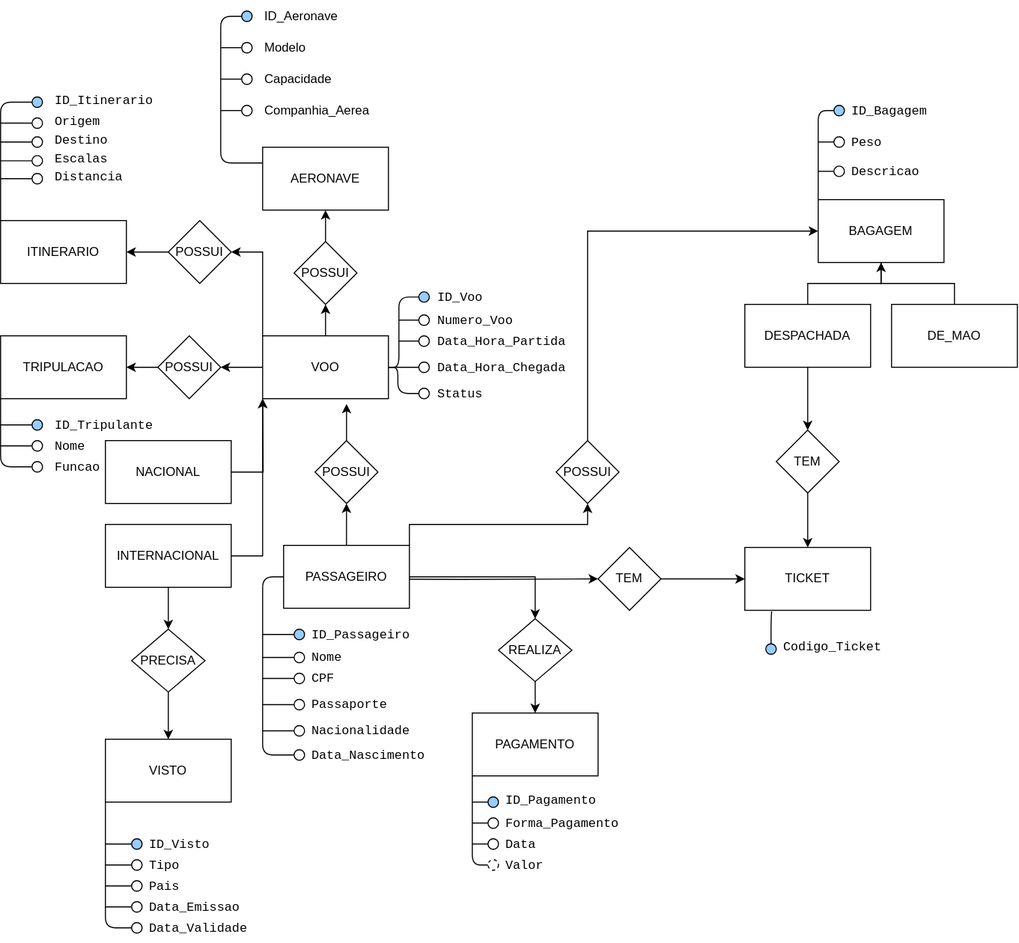
Above: modelo_conceitual.drawio.svg in fiuzer/skywave_2024 (draw.io), before the change. Source tidied: cells renumbered, new cells last; positions are measured from the earlier drawing's top-left corner, leaving out a move shared by most shapes.
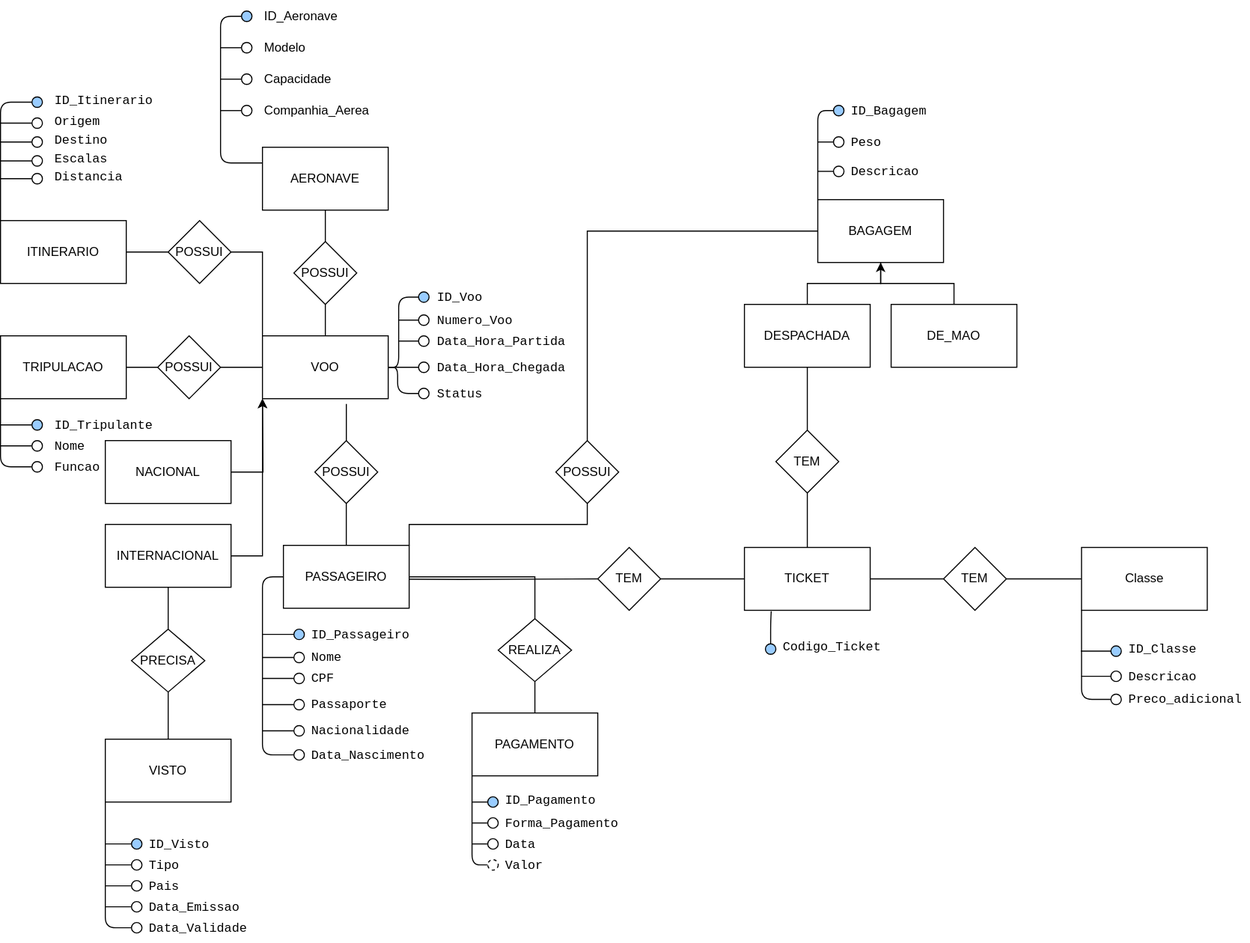
After the change.

The edit, as a diff of the source:
```diff
@@ -5,35 +5,38 @@
     <mxCell id="2" value="AERONAVE" style="rounded=0;whiteSpace=wrap;html=1;" parent="1" vertex="1">
       <mxGeometry x="250" y="140" width="120" height="60" as="geometry" />
     </mxCell>
-    <mxCell id="3" style="edgeStyle=orthogonalEdgeStyle;rounded=0;jettySize=auto;html=1;" parent="1" edge="1" source="6" target="30">
+    <mxCell id="3" style="edgeStyle=orthogonalEdgeStyle;rounded=0;jettySize=auto;html=1;endArrow=none;endFill=0;" parent="1" edge="1" source="6" target="30">
       <mxGeometry relative="1" as="geometry" />
     </mxCell>
-    <mxCell id="4" style="edgeStyle=orthogonalEdgeStyle;rounded=0;jettySize=auto;html=1;entryX=1;entryY=0.5;entryDx=0;entryDy=0;" parent="1" edge="1" source="6" target="32">
+    <mxCell id="4" style="edgeStyle=orthogonalEdgeStyle;rounded=0;jettySize=auto;html=1;entryX=1;entryY=0.5;entryDx=0;entryDy=0;endArrow=none;endFill=0;" parent="1" edge="1" source="6" target="32">
       <mxGeometry relative="1" as="geometry" />
     </mxCell>
-    <mxCell id="5" style="edgeStyle=orthogonalEdgeStyle;rounded=0;jettySize=auto;html=1;exitX=0;exitY=0;exitDx=0;exitDy=0;entryX=1;entryY=0.5;entryDx=0;entryDy=0;" parent="1" edge="1" source="6" target="35">
+    <mxCell id="5" style="edgeStyle=orthogonalEdgeStyle;rounded=0;jettySize=auto;html=1;exitX=0;exitY=0;exitDx=0;exitDy=0;entryX=1;entryY=0.5;entryDx=0;entryDy=0;endArrow=none;endFill=0;" parent="1" edge="1" source="6" target="35">
       <mxGeometry relative="1" as="geometry" />
     </mxCell>
     <mxCell id="6" value="VOO" style="rounded=0;whiteSpace=wrap;html=1;" parent="1" vertex="1">
       <mxGeometry x="250" y="320" width="120" height="60" as="geometry" />
     </mxCell>
-    <mxCell id="7" style="edgeStyle=orthogonalEdgeStyle;rounded=0;jettySize=auto;html=1;entryX=0;entryY=0.5;entryDx=0;entryDy=0;" parent="1" edge="1" target="23">
+    <mxCell id="7" style="edgeStyle=orthogonalEdgeStyle;rounded=0;jettySize=auto;html=1;entryX=0;entryY=0.5;entryDx=0;entryDy=0;endArrow=none;endFill=0;" parent="1" edge="1" target="23">
       <mxGeometry relative="1" as="geometry">
         <mxPoint x="310" y="552" as="sourcePoint" />
       </mxGeometry>
     </mxCell>
-    <mxCell id="8" style="edgeStyle=orthogonalEdgeStyle;rounded=0;jettySize=auto;html=1;entryX=0.5;entryY=0;entryDx=0;entryDy=0;" parent="1" edge="1" source="11" target="26">
+    <mxCell id="8" style="edgeStyle=orthogonalEdgeStyle;rounded=0;jettySize=auto;html=1;entryX=0.5;entryY=0;entryDx=0;entryDy=0;endArrow=none;endFill=0;" parent="1" edge="1" source="11" target="26">
       <mxGeometry relative="1" as="geometry" />
     </mxCell>
-    <mxCell id="9" style="edgeStyle=orthogonalEdgeStyle;rounded=0;jettySize=auto;html=1;entryX=0.5;entryY=1;entryDx=0;entryDy=0;" parent="1" edge="1" source="11" target="28">
+    <mxCell id="9" style="edgeStyle=orthogonalEdgeStyle;rounded=0;jettySize=auto;html=1;entryX=0.5;entryY=1;entryDx=0;entryDy=0;endArrow=none;endFill=0;" parent="1" edge="1" source="11" target="28">
       <mxGeometry relative="1" as="geometry" />
     </mxCell>
-    <mxCell id="10" style="edgeStyle=orthogonalEdgeStyle;rounded=0;jettySize=auto;html=1;exitX=1;exitY=0;exitDx=0;exitDy=0;" parent="1" edge="1" source="11" target="45">
+    <mxCell id="10" style="edgeStyle=orthogonalEdgeStyle;rounded=0;jettySize=auto;html=1;exitX=1;exitY=0;exitDx=0;exitDy=0;endArrow=none;endFill=0;" parent="1" edge="1" source="11" target="45">
       <mxGeometry relative="1" as="geometry" />
     </mxCell>
     <mxCell id="11" value="PASSAGEIRO" style="rounded=0;whiteSpace=wrap;html=1;" parent="1" vertex="1">
       <mxGeometry x="270" y="520" width="120" height="60" as="geometry" />
     </mxCell>
+    <mxCell id="155" style="edgeStyle=orthogonalEdgeStyle;rounded=0;jettySize=auto;html=1;entryX=0;entryY=0.5;entryDx=0;entryDy=0;endArrow=none;endFill=0;" parent="1" edge="1" source="12" target="167">
+      <mxGeometry relative="1" as="geometry" />
+    </mxCell>
     <mxCell id="12" value="TICKET" style="rounded=0;whiteSpace=wrap;html=1;" parent="1" vertex="1">
       <mxGeometry x="710" y="522" width="120" height="60" as="geometry" />
     </mxCell>
@@ -49,7 +52,7 @@
     <mxCell id="16" value="TRIPULACAO" style="rounded=0;whiteSpace=wrap;html=1;" parent="1" vertex="1">
       <mxGeometry y="320" width="120" height="60" as="geometry" />
     </mxCell>
-    <mxCell id="17" style="edgeStyle=orthogonalEdgeStyle;rounded=0;jettySize=auto;html=1;entryX=0.5;entryY=0;entryDx=0;entryDy=0;" parent="1" edge="1" source="18" target="21">
+    <mxCell id="17" style="edgeStyle=orthogonalEdgeStyle;rounded=0;jettySize=auto;html=1;entryX=0.5;entryY=0;entryDx=0;entryDy=0;endArrow=none;endFill=0;" parent="1" edge="1" source="18" target="21">
       <mxGeometry relative="1" as="geometry" />
     </mxCell>
     <mxCell id="18" value="DESPACHADA" style="rounded=0;whiteSpace=wrap;html=1;" parent="1" vertex="1">
@@ -58,13 +61,13 @@
     <mxCell id="19" value="DE_MAO" style="rounded=0;whiteSpace=wrap;html=1;" parent="1" vertex="1">
       <mxGeometry x="850" y="290" width="120" height="60" as="geometry" />
     </mxCell>
-    <mxCell id="20" style="edgeStyle=orthogonalEdgeStyle;rounded=0;jettySize=auto;html=1;entryX=0.5;entryY=0;entryDx=0;entryDy=0;" parent="1" edge="1" source="21" target="12">
+    <mxCell id="20" style="edgeStyle=orthogonalEdgeStyle;rounded=0;jettySize=auto;html=1;entryX=0.5;entryY=0;entryDx=0;entryDy=0;endArrow=none;endFill=0;" parent="1" edge="1" source="21" target="12">
       <mxGeometry relative="1" as="geometry" />
     </mxCell>
     <mxCell id="21" value="TEM" style="rhombus;whiteSpace=wrap;html=1;" parent="1" vertex="1">
       <mxGeometry x="740" y="410" width="60" height="60" as="geometry" />
     </mxCell>
-    <mxCell id="22" style="edgeStyle=orthogonalEdgeStyle;rounded=0;jettySize=auto;html=1;" parent="1" edge="1" source="23" target="12">
+    <mxCell id="22" style="edgeStyle=orthogonalEdgeStyle;rounded=0;jettySize=auto;html=1;endArrow=none;endFill=0;" parent="1" edge="1" source="23" target="12">
       <mxGeometry relative="1" as="geometry" />
     </mxCell>
     <mxCell id="23" value="TEM" style="rhombus;whiteSpace=wrap;html=1;" parent="1" vertex="1">
@@ -73,25 +76,25 @@
     <mxCell id="24" value="PAGAMENTO" style="rounded=0;whiteSpace=wrap;html=1;" parent="1" vertex="1">
       <mxGeometry x="450" y="680" width="120" height="60" as="geometry" />
     </mxCell>
-    <mxCell id="25" style="edgeStyle=orthogonalEdgeStyle;rounded=0;jettySize=auto;html=1;entryX=0.5;entryY=0;entryDx=0;entryDy=0;" parent="1" edge="1" source="26" target="24">
+    <mxCell id="25" style="edgeStyle=orthogonalEdgeStyle;rounded=0;jettySize=auto;html=1;entryX=0.5;entryY=0;entryDx=0;entryDy=0;endArrow=none;endFill=0;" parent="1" edge="1" source="26" target="24">
       <mxGeometry relative="1" as="geometry" />
     </mxCell>
     <mxCell id="26" value="REALIZA" style="rhombus;whiteSpace=wrap;html=1;" parent="1" vertex="1">
       <mxGeometry x="475" y="590" width="70" height="60" as="geometry" />
     </mxCell>
-    <mxCell id="27" style="edgeStyle=orthogonalEdgeStyle;rounded=0;jettySize=auto;html=1;entryX=0.667;entryY=1.083;entryDx=0;entryDy=0;entryPerimeter=0;" parent="1" edge="1" source="28" target="6">
+    <mxCell id="27" style="edgeStyle=orthogonalEdgeStyle;rounded=0;jettySize=auto;html=1;entryX=0.667;entryY=1.083;entryDx=0;entryDy=0;entryPerimeter=0;endArrow=none;endFill=0;" parent="1" edge="1" source="28" target="6">
       <mxGeometry relative="1" as="geometry" />
     </mxCell>
     <mxCell id="28" value="POSSUI" style="rhombus;whiteSpace=wrap;html=1;" parent="1" vertex="1">
       <mxGeometry x="300" y="420" width="60" height="60" as="geometry" />
     </mxCell>
-    <mxCell id="29" style="edgeStyle=orthogonalEdgeStyle;rounded=0;jettySize=auto;html=1;" parent="1" edge="1" source="30" target="2">
+    <mxCell id="29" style="edgeStyle=orthogonalEdgeStyle;rounded=0;jettySize=auto;html=1;endArrow=none;endFill=0;" parent="1" edge="1" source="30" target="2">
       <mxGeometry relative="1" as="geometry" />
     </mxCell>
     <mxCell id="30" value="POSSUI" style="rhombus;whiteSpace=wrap;html=1;" parent="1" vertex="1">
       <mxGeometry x="280" y="230" width="60" height="60" as="geometry" />
     </mxCell>
-    <mxCell id="31" style="edgeStyle=orthogonalEdgeStyle;rounded=0;jettySize=auto;html=1;entryX=1;entryY=0.5;entryDx=0;entryDy=0;" parent="1" edge="1" source="32" target="16">
+    <mxCell id="31" style="edgeStyle=orthogonalEdgeStyle;rounded=0;jettySize=auto;html=1;entryX=1;entryY=0.5;entryDx=0;entryDy=0;endArrow=none;endFill=0;" parent="1" edge="1" source="32" target="16">
       <mxGeometry relative="1" as="geometry" />
     </mxCell>
     <mxCell id="32" value="POSSUI" style="rhombus;whiteSpace=wrap;html=1;" parent="1" vertex="1">
@@ -100,7 +103,7 @@
     <mxCell id="33" value="ITINERARIO" style="rounded=0;whiteSpace=wrap;html=1;" parent="1" vertex="1">
       <mxGeometry y="210" width="120" height="60" as="geometry" />
     </mxCell>
-    <mxCell id="34" style="edgeStyle=orthogonalEdgeStyle;rounded=0;jettySize=auto;html=1;entryX=1;entryY=0.5;entryDx=0;entryDy=0;" parent="1" edge="1" source="35" target="33">
+    <mxCell id="34" style="edgeStyle=orthogonalEdgeStyle;rounded=0;jettySize=auto;html=1;entryX=1;entryY=0.5;entryDx=0;entryDy=0;endArrow=none;endFill=0;" parent="1" edge="1" source="35" target="33">
       <mxGeometry relative="1" as="geometry" />
     </mxCell>
     <mxCell id="35" value="POSSUI" style="rhombus;whiteSpace=wrap;html=1;" parent="1" vertex="1">
@@ -109,7 +112,7 @@
     <mxCell id="36" style="edgeStyle=orthogonalEdgeStyle;rounded=0;jettySize=auto;html=1;entryX=0;entryY=1;entryDx=0;entryDy=0;" parent="1" edge="1" source="38" target="6">
       <mxGeometry relative="1" as="geometry" />
     </mxCell>
-    <mxCell id="37" style="edgeStyle=orthogonalEdgeStyle;rounded=0;jettySize=auto;html=1;entryX=0.5;entryY=0;entryDx=0;entryDy=0;" parent="1" edge="1" source="38" target="42">
+    <mxCell id="37" style="edgeStyle=orthogonalEdgeStyle;rounded=0;jettySize=auto;html=1;entryX=0.5;entryY=0;entryDx=0;entryDy=0;endArrow=none;endFill=0;" parent="1" edge="1" source="38" target="42">
       <mxGeometry relative="1" as="geometry" />
     </mxCell>
     <mxCell id="38" value="INTERNACIONAL" style="rounded=0;whiteSpace=wrap;html=1;" parent="1" vertex="1">
@@ -123,7 +126,7 @@
     <mxCell id="40" value="NACIONAL" style="rounded=0;whiteSpace=wrap;html=1;" parent="1" vertex="1">
       <mxGeometry x="100" y="420" width="120" height="60" as="geometry" />
     </mxCell>
-    <mxCell id="41" style="edgeStyle=orthogonalEdgeStyle;rounded=0;jettySize=auto;html=1;exitX=0.5;exitY=1;exitDx=0;exitDy=0;" parent="1" edge="1" source="42" target="43">
+    <mxCell id="41" style="edgeStyle=orthogonalEdgeStyle;rounded=0;jettySize=auto;html=1;exitX=0.5;exitY=1;exitDx=0;exitDy=0;endArrow=none;endFill=0;" parent="1" edge="1" source="42" target="43">
       <mxGeometry relative="1" as="geometry" />
     </mxCell>
     <mxCell id="42" value="PRECISA" style="rhombus;whiteSpace=wrap;html=1;" parent="1" vertex="1">
@@ -132,7 +135,7 @@
     <mxCell id="43" value="VISTO" style="rounded=0;whiteSpace=wrap;html=1;" parent="1" vertex="1">
       <mxGeometry x="100" y="705" width="120" height="60" as="geometry" />
     </mxCell>
-    <mxCell id="44" style="edgeStyle=orthogonalEdgeStyle;rounded=0;jettySize=auto;html=1;entryX=0;entryY=0.5;entryDx=0;entryDy=0;exitX=0.5;exitY=0;exitDx=0;exitDy=0;" parent="1" edge="1" source="45" target="15">
+    <mxCell id="44" style="edgeStyle=orthogonalEdgeStyle;rounded=0;jettySize=auto;html=1;entryX=0;entryY=0.5;entryDx=0;entryDy=0;exitX=0.5;exitY=0;exitDx=0;exitDy=0;endArrow=none;endFill=0;" parent="1" edge="1" source="45" target="15">
       <mxGeometry relative="1" as="geometry" />
     </mxCell>
     <mxCell id="45" value="POSSUI" style="rhombus;whiteSpace=wrap;html=1;" parent="1" vertex="1">
@@ -586,5 +589,49 @@
     <mxCell id="154" style="ellipse;whiteSpace=wrap;html=1;" parent="1" vertex="1">
       <mxGeometry x="30" y="165" width="10" height="10" as="geometry" />
     </mxCell>
+    <mxCell id="156" style="edgeStyle=orthogonalEdgeStyle;rounded=0;jettySize=auto;html=1;entryX=1;entryY=0.5;entryDx=0;entryDy=0;endArrow=none;endFill=0;" parent="1" edge="1" source="157" target="167">
+      <mxGeometry relative="1" as="geometry" />
+    </mxCell>
+    <mxCell id="157" value="Classe" style="rounded=0;whiteSpace=wrap;html=1;" parent="1" vertex="1">
+      <mxGeometry x="1031.7" y="522" width="120" height="60" as="geometry" />
+    </mxCell>
+    <mxCell id="158" value="&lt;font face=&quot;monospace&quot;&gt;&lt;span style=&quot;text-wrap-mode: wrap;&quot;&gt;ID_Classe&lt;/span&gt;&lt;/font&gt;" style="text;html=1;align=left;verticalAlign=middle;strokeColor=none;fillColor=none;" parent="1" vertex="1">
+      <mxGeometry x="1074.7" y="606" width="77" height="26" as="geometry" />
+    </mxCell>
+    <mxCell id="159" style="edgeStyle=orthogonalEdgeStyle;rounded=1;jettySize=auto;html=1;curved=0;endArrow=none;endFill=0;" parent="1" edge="1" source="160">
+      <mxGeometry relative="1" as="geometry">
+        <mxPoint x="1031" y="621" as="targetPoint" />
+      </mxGeometry>
+    </mxCell>
+    <mxCell id="160" style="ellipse;whiteSpace=wrap;html=1;fillColor=#99CCFF;shadow=0;" parent="1" vertex="1">
+      <mxGeometry x="1059.7" y="616" width="10" height="10" as="geometry" />
+    </mxCell>
+    <mxCell id="161" value="&lt;font face=&quot;monospace&quot;&gt;&lt;span style=&quot;text-wrap-mode: wrap;&quot;&gt;Descricao&lt;/span&gt;&lt;/font&gt;" style="text;html=1;align=left;verticalAlign=middle;strokeColor=none;fillColor=none;" parent="1" vertex="1">
+      <mxGeometry x="1074.7" y="632" width="77" height="26" as="geometry" />
+    </mxCell>
+    <mxCell id="162" value="&lt;font face=&quot;monospace&quot;&gt;&lt;span style=&quot;text-wrap-mode: wrap;&quot;&gt;Preco_adicional&lt;/span&gt;&lt;/font&gt;" style="text;html=1;align=left;verticalAlign=middle;strokeColor=none;fillColor=none;" parent="1" vertex="1">
+      <mxGeometry x="1074.7" y="654" width="117" height="26" as="geometry" />
+    </mxCell>
+    <mxCell id="163" style="edgeStyle=orthogonalEdgeStyle;rounded=1;jettySize=auto;html=1;curved=0;endArrow=none;endFill=0;" parent="1" edge="1" source="164">
+      <mxGeometry relative="1" as="geometry">
+        <mxPoint x="1031.6" y="645" as="targetPoint" />
+      </mxGeometry>
+    </mxCell>
+    <mxCell id="164" style="ellipse;whiteSpace=wrap;html=1;" parent="1" vertex="1">
+      <mxGeometry x="1059.7" y="640" width="10" height="10" as="geometry" />
+    </mxCell>
+    <mxCell id="165" style="edgeStyle=orthogonalEdgeStyle;rounded=1;jettySize=auto;html=1;entryX=0;entryY=1;entryDx=0;entryDy=0;curved=0;endArrow=none;endFill=0;" parent="1" edge="1" source="166" target="157">
+      <mxGeometry relative="1" as="geometry">
+        <Array as="points">
+          <mxPoint x="1031.7" y="667" />
+        </Array>
+      </mxGeometry>
+    </mxCell>
+    <mxCell id="166" style="ellipse;whiteSpace=wrap;html=1;" parent="1" vertex="1">
+      <mxGeometry x="1059.7" y="662" width="10" height="10" as="geometry" />
+    </mxCell>
+    <mxCell id="167" value="TEM" style="rhombus;whiteSpace=wrap;html=1;" parent="1" vertex="1">
+      <mxGeometry x="900" y="522" width="60" height="60" as="geometry" />
+    </mxCell>
   </root>
 </mxGraphModel>
```
